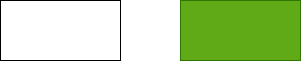
This is LIVE Mindmap.drawio.png from HalimahH-BBC/Mindmap, a draw.io export, as it was before one commit. Source tidied: cells renumbered, new cells last; positions are measured from the earlier drawing's top-left corner, leaving out a move shared by most shapes.
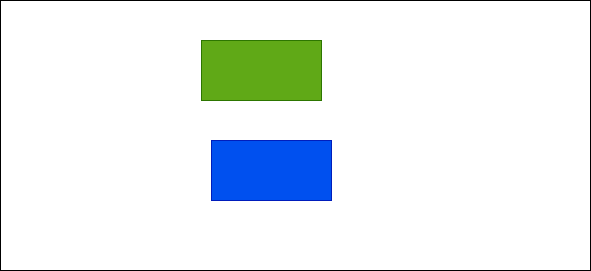
The same file after the commit.

Change to the diagram source:
```diff
@@ -3,10 +3,13 @@
     <mxCell id="0" />
     <mxCell id="1" parent="0" />
     <mxCell id="2" style="rounded=0;whiteSpace=wrap;html=1;" parent="1" vertex="1">
-      <mxGeometry width="120" height="60" as="geometry" />
+      <mxGeometry x="-71" y="-60" width="590" height="270" as="geometry" />
     </mxCell>
     <mxCell id="3" style="rounded=0;whiteSpace=wrap;html=1;fillColor=#60a917;fontColor=#ffffff;strokeColor=#2D7600;" parent="1" vertex="1">
-      <mxGeometry x="180" width="120" height="60" as="geometry" />
+      <mxGeometry x="130" y="-20" width="120" height="60" as="geometry" />
     </mxCell>
+    <mxCell id="4" style="rounded=0;whiteSpace=wrap;html=1;fillColor=#0050ef;fontColor=#ffffff;strokeColor=#001DBC;" parent="1" vertex="1">
+      <mxGeometry x="140" y="80" width="120" height="60" as="geometry" />
+    </mxCell>
   </root>
 </mxGraphModel>
```
